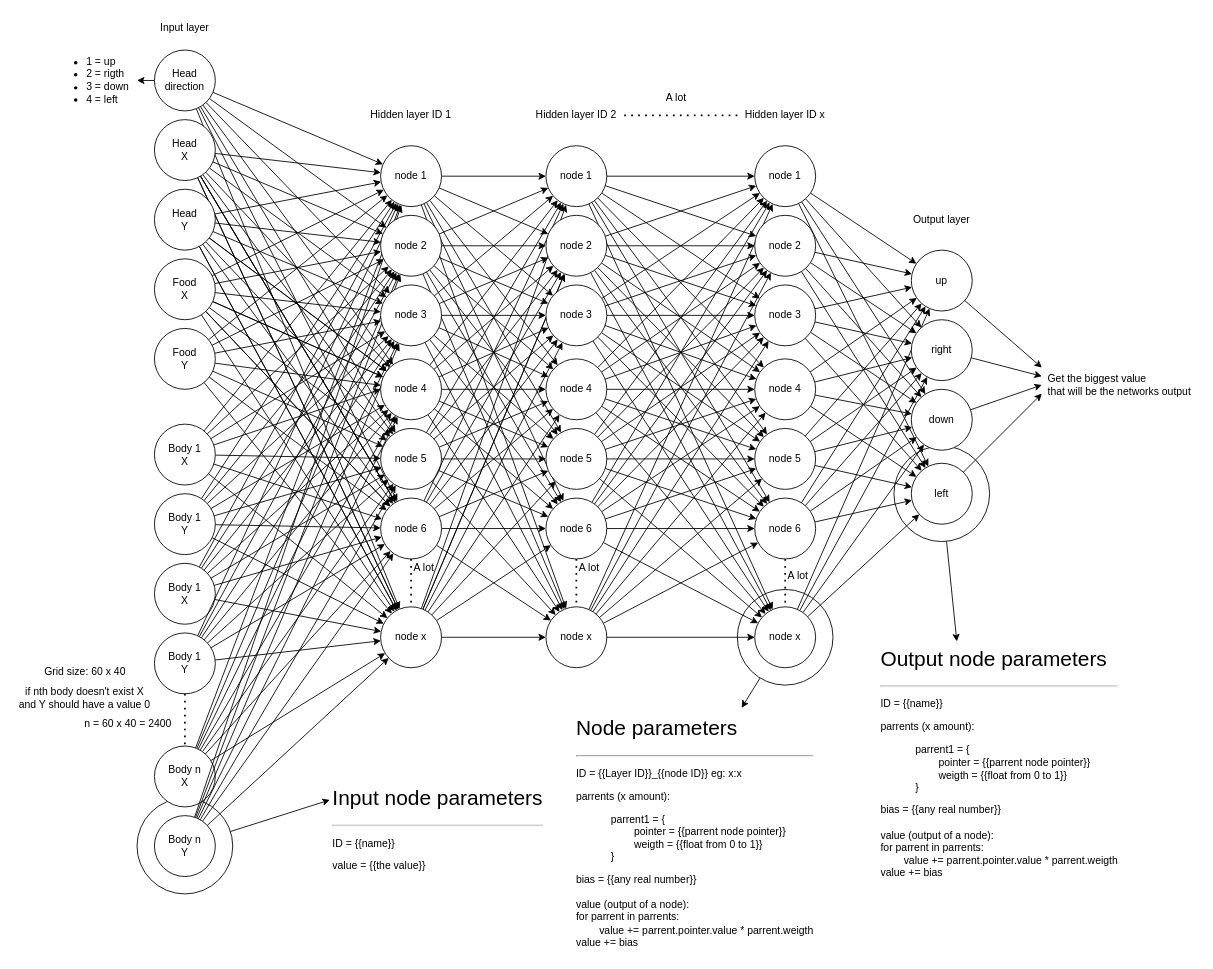
Earlier version of the draw.io diagram disign.drawio (ErmitaVulpe/ai-plays-snake). Source tidied: cells renumbered, new cells numbered last; positions are measured from the earlier drawing's top-left corner, leaving out a move shared by most shapes. Both pictures are drawn from the tidied source at 87%, with x=0, y=0 at pixel (15, 15).
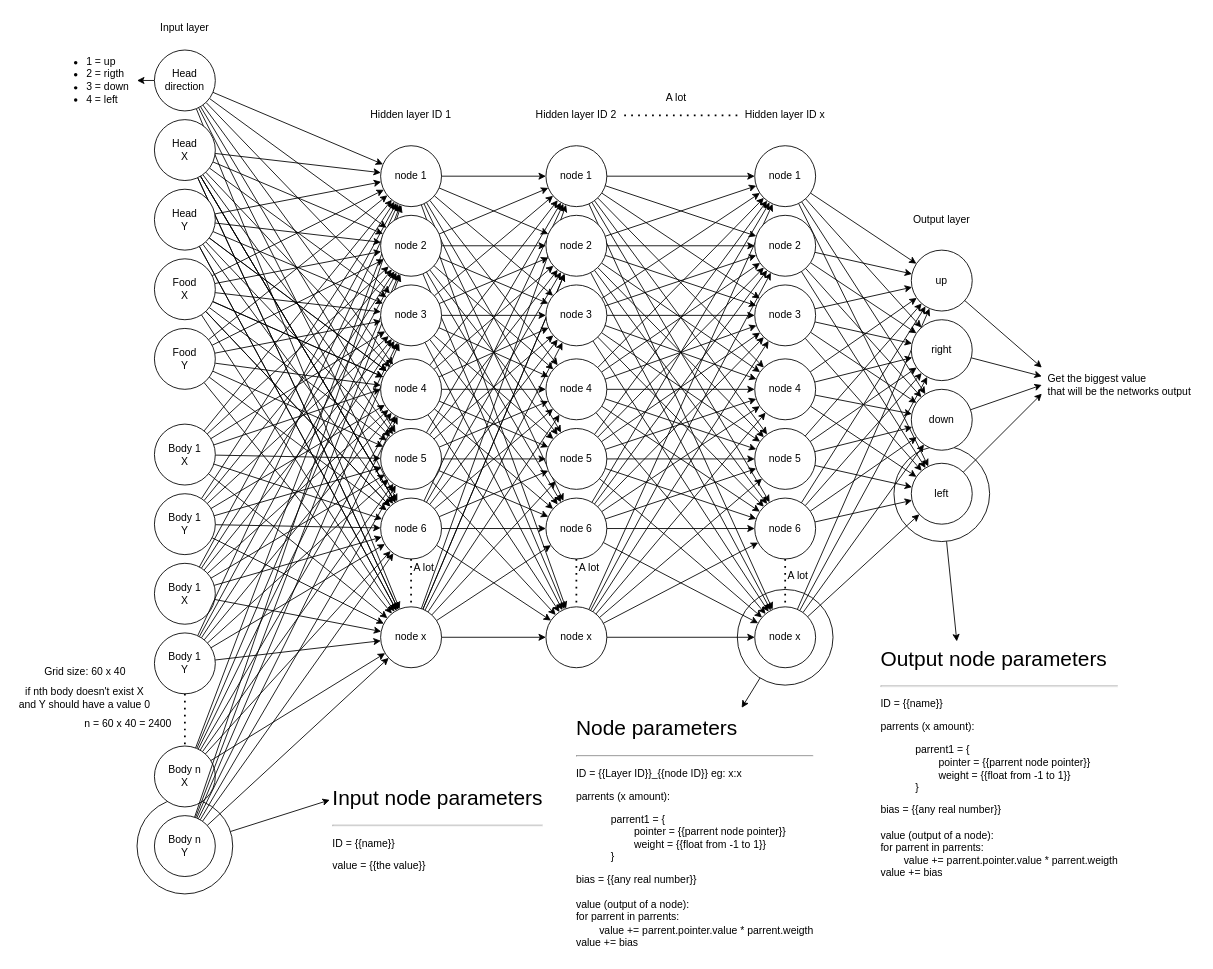
Above is the later version.

The edit, as a diff of the source:
```diff
@@
-    <mxCell id="267" value="&lt;h1&gt;&lt;span style=&quot;font-weight: 400; text-align: center;&quot;&gt;Node parameters&lt;/span&gt;&lt;br&gt;&lt;/h1&gt;&lt;hr&gt;&lt;p&gt;ID = {{Layer ID}}_{{node ID}} eg: x:x&lt;br&gt;&lt;/p&gt;&lt;p&gt;parrents (x amount):&lt;/p&gt;&lt;blockquote style=&quot;margin: 0 0 0 40px; border: none; padding: 0px;&quot;&gt;&lt;span style=&quot;background-color: initial;&quot;&gt;parrent1 = {&lt;br&gt;&lt;/span&gt;&lt;span style=&quot;background-color: initial; white-space: pre;&quot;&gt;&#9;&lt;/span&gt;&lt;span style=&quot;background-color: initial;&quot;&gt;pointer = {{parrent node pointer}}&lt;br&gt;&lt;/span&gt;&lt;span style=&quot;background-color: initial; white-space: pre;&quot;&gt;&#9;&lt;/span&gt;&lt;span style=&quot;background-color: initial;&quot;&gt;weigth = {{float from 0 to 1}}&lt;br&gt;}&lt;/span&gt;&lt;/blockquote&gt;&lt;p&gt;&lt;span style=&quot;background-color: initial;&quot;&gt;bias = {{any real number}}&lt;br&gt;&lt;/span&gt;&lt;span style=&quot;background-color: initial;&quot;&gt;&lt;br&gt;value&amp;nbsp;&lt;/span&gt;&lt;span style=&quot;background-color: initial;&quot;&gt;(output of a node):&lt;br&gt;&lt;/span&gt;&lt;span style=&quot;background-color: initial;&quot;&gt;for parrent in parrents:&lt;br&gt;&lt;span style=&quot;white-space: pre;&quot;&gt;&#9;&lt;/span&gt;value += parrent.pointer.value * parrent.weigth&lt;br&gt;value += bias&lt;/span&gt;&lt;/p&gt;" style="text;html=1;strokeColor=none;fillColor=none;spacing=5;spacingTop=-20;whiteSpace=wrap;overflow=hidden;rounded=0;direction=west;" parent="1" vertex="1">
+    <mxCell id="267" value="&lt;h1&gt;&lt;span style=&quot;font-weight: 400; text-align: center;&quot;&gt;Node parameters&lt;/span&gt;&lt;br&gt;&lt;/h1&gt;&lt;hr&gt;&lt;p&gt;ID = {{Layer ID}}_{{node ID}} eg: x:x&lt;br&gt;&lt;/p&gt;&lt;p&gt;parrents (x amount):&lt;/p&gt;&lt;blockquote style=&quot;margin: 0 0 0 40px; border: none; padding: 0px;&quot;&gt;&lt;span style=&quot;background-color: initial;&quot;&gt;parrent1 = {&lt;br&gt;&lt;/span&gt;&lt;span style=&quot;background-color: initial; white-space: pre;&quot;&gt;&#9;&lt;/span&gt;&lt;span style=&quot;background-color: initial;&quot;&gt;pointer = {{parrent node pointer}}&lt;br&gt;&lt;/span&gt;&lt;span style=&quot;background-color: initial; white-space: pre;&quot;&gt;&#9;&lt;/span&gt;&lt;span style=&quot;background-color: initial;&quot;&gt;weight = {{float from -1 to 1}}&lt;br&gt;}&lt;/span&gt;&lt;/blockquote&gt;&lt;p&gt;&lt;span style=&quot;background-color: initial;&quot;&gt;bias = {{any real number}}&lt;br&gt;&lt;/span&gt;&lt;span style=&quot;background-color: initial;&quot;&gt;&lt;br&gt;value&amp;nbsp;&lt;/span&gt;&lt;span style=&quot;background-color: initial;&quot;&gt;(output of a node):&lt;br&gt;&lt;/span&gt;&lt;span style=&quot;background-color: initial;&quot;&gt;for parrent in parrents:&lt;br&gt;&lt;span style=&quot;white-space: pre;&quot;&gt;&#9;&lt;/span&gt;value += parrent.pointer.value * parrent.weigth&lt;br&gt;value += bias&lt;/span&gt;&lt;/p&gt;" style="text;html=1;strokeColor=none;fillColor=none;spacing=5;spacingTop=-20;whiteSpace=wrap;overflow=hidden;rounded=0;direction=west;" parent="1" vertex="1">
       <mxGeometry x="640" y="800" width="325" height="280" as="geometry" />
     </mxCell>
@@
-    <mxCell id="278" value="&lt;h1&gt;&lt;span style=&quot;font-weight: 400; text-align: center;&quot;&gt;Output node parameters&lt;/span&gt;&lt;br&gt;&lt;/h1&gt;&lt;hr&gt;&lt;p&gt;ID = {{name}}&lt;br&gt;&lt;/p&gt;&lt;p&gt;parrents (x amount):&lt;/p&gt;&lt;blockquote style=&quot;margin: 0 0 0 40px; border: none; padding: 0px;&quot;&gt;&lt;span style=&quot;background-color: initial;&quot;&gt;parrent1 = {&lt;br&gt;&lt;/span&gt;&lt;span style=&quot;background-color: initial; white-space: pre;&quot;&gt;&#9;&lt;/span&gt;&lt;span style=&quot;background-color: initial;&quot;&gt;pointer = {{parrent node pointer}}&lt;br&gt;&lt;/span&gt;&lt;span style=&quot;background-color: initial; white-space: pre;&quot;&gt;&#9;&lt;/span&gt;&lt;span style=&quot;background-color: initial;&quot;&gt;weigth = {{float from 0 to 1}}&lt;br&gt;}&lt;/span&gt;&lt;/blockquote&gt;&lt;p&gt;&lt;span style=&quot;background-color: initial;&quot;&gt;bias = {{any real number}}&lt;br&gt;&lt;/span&gt;&lt;span style=&quot;background-color: initial;&quot;&gt;&lt;br&gt;value&amp;nbsp;&lt;/span&gt;&lt;span style=&quot;background-color: initial;&quot;&gt;(output of a node):&lt;br&gt;&lt;/span&gt;&lt;span style=&quot;background-color: initial;&quot;&gt;for parrent in parrents:&lt;br&gt;&lt;span style=&quot;white-space: pre;&quot;&gt;&#9;&lt;/span&gt;value += parrent.pointer.value * parrent.weigth&lt;br&gt;value += bias&lt;/span&gt;&lt;/p&gt;" style="text;html=1;strokeColor=none;fillColor=none;spacing=5;spacingTop=-20;whiteSpace=wrap;overflow=hidden;rounded=0;direction=west;" parent="1" vertex="1">
+    <mxCell id="278" value="&lt;h1&gt;&lt;span style=&quot;font-weight: 400; text-align: center;&quot;&gt;Output node parameters&lt;/span&gt;&lt;br&gt;&lt;/h1&gt;&lt;hr&gt;&lt;p&gt;ID = {{name}}&lt;br&gt;&lt;/p&gt;&lt;p&gt;parrents (x amount):&lt;/p&gt;&lt;blockquote style=&quot;margin: 0 0 0 40px; border: none; padding: 0px;&quot;&gt;&lt;span style=&quot;background-color: initial;&quot;&gt;parrent1 = {&lt;br&gt;&lt;/span&gt;&lt;span style=&quot;background-color: initial; white-space: pre;&quot;&gt;&#9;&lt;/span&gt;&lt;span style=&quot;background-color: initial;&quot;&gt;pointer = {{parrent node pointer}}&lt;br&gt;&lt;/span&gt;&lt;span style=&quot;background-color: initial; white-space: pre;&quot;&gt;&#9;&lt;/span&gt;&lt;span style=&quot;background-color: initial;&quot;&gt;weight = {{float from -1 to 1}}&lt;br&gt;}&lt;/span&gt;&lt;/blockquote&gt;&lt;p&gt;&lt;span style=&quot;background-color: initial;&quot;&gt;bias = {{any real number}}&lt;br&gt;&lt;/span&gt;&lt;span style=&quot;background-color: initial;&quot;&gt;&lt;br&gt;value&amp;nbsp;&lt;/span&gt;&lt;span style=&quot;background-color: initial;&quot;&gt;(output of a node):&lt;br&gt;&lt;/span&gt;&lt;span style=&quot;background-color: initial;&quot;&gt;for parrent in parrents:&lt;br&gt;&lt;span style=&quot;white-space: pre;&quot;&gt;&#9;&lt;/span&gt;value += parrent.pointer.value * parrent.weigth&lt;br&gt;value += bias&lt;/span&gt;&lt;/p&gt;" style="text;html=1;strokeColor=none;fillColor=none;spacing=5;spacingTop=-20;whiteSpace=wrap;overflow=hidden;rounded=0;direction=west;" parent="1" vertex="1">
       <mxGeometry x="990" y="720" width="325" height="280" as="geometry" />
     </mxCell>
```
